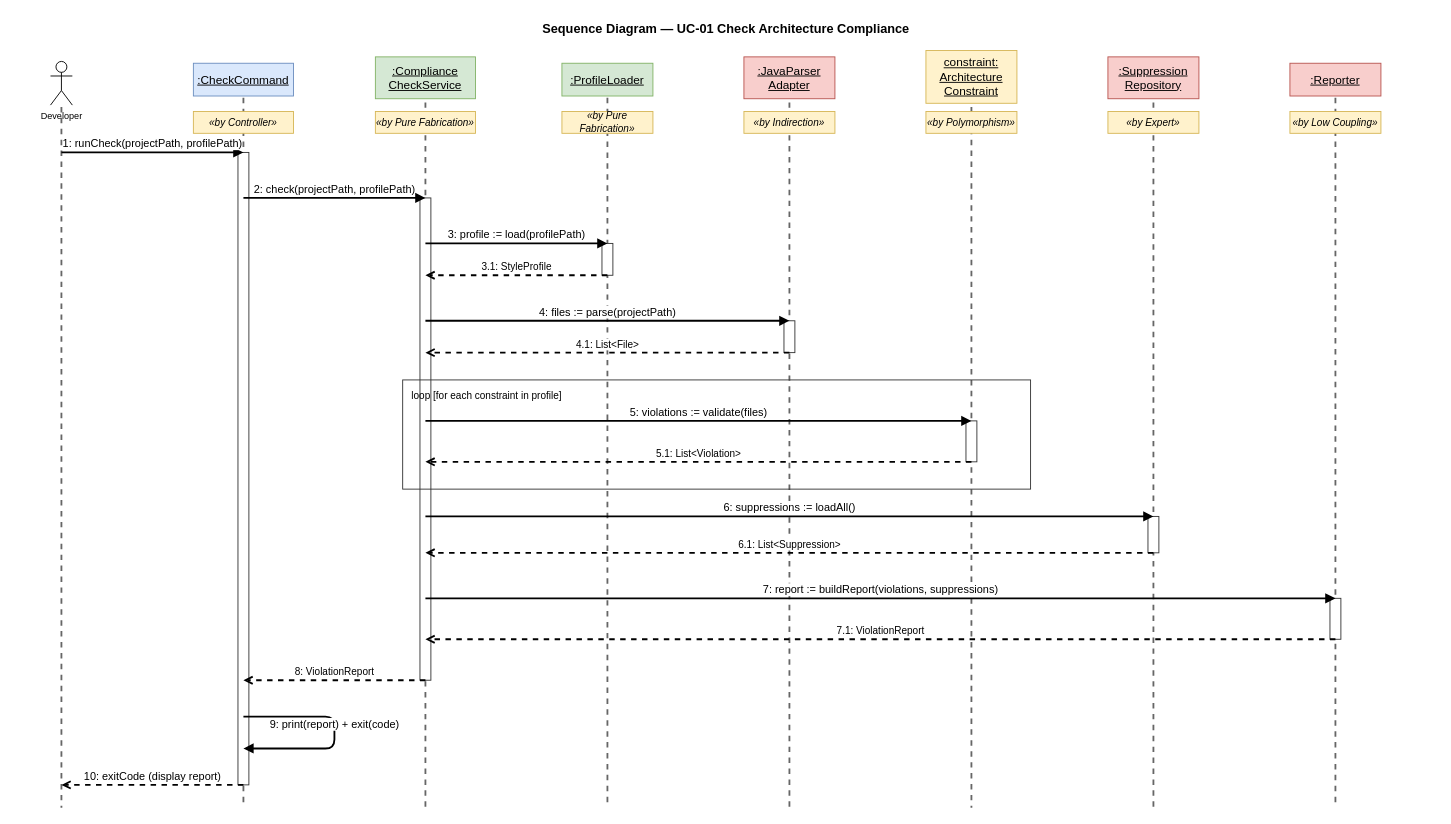
Above: hw/hw5/drawio/3.2.1-uc01-sd.drawio in chun-wei0413/arch-checker (draw.io), before the change. Source tidied: cells renumbered, new cells numbered last; positions are measured from the earlier drawing's top-left corner, leaving out a move shared by most shapes. Both pictures are drawn from the tidied source at 91%, with x=0, y=0 at pixel (15, 15).
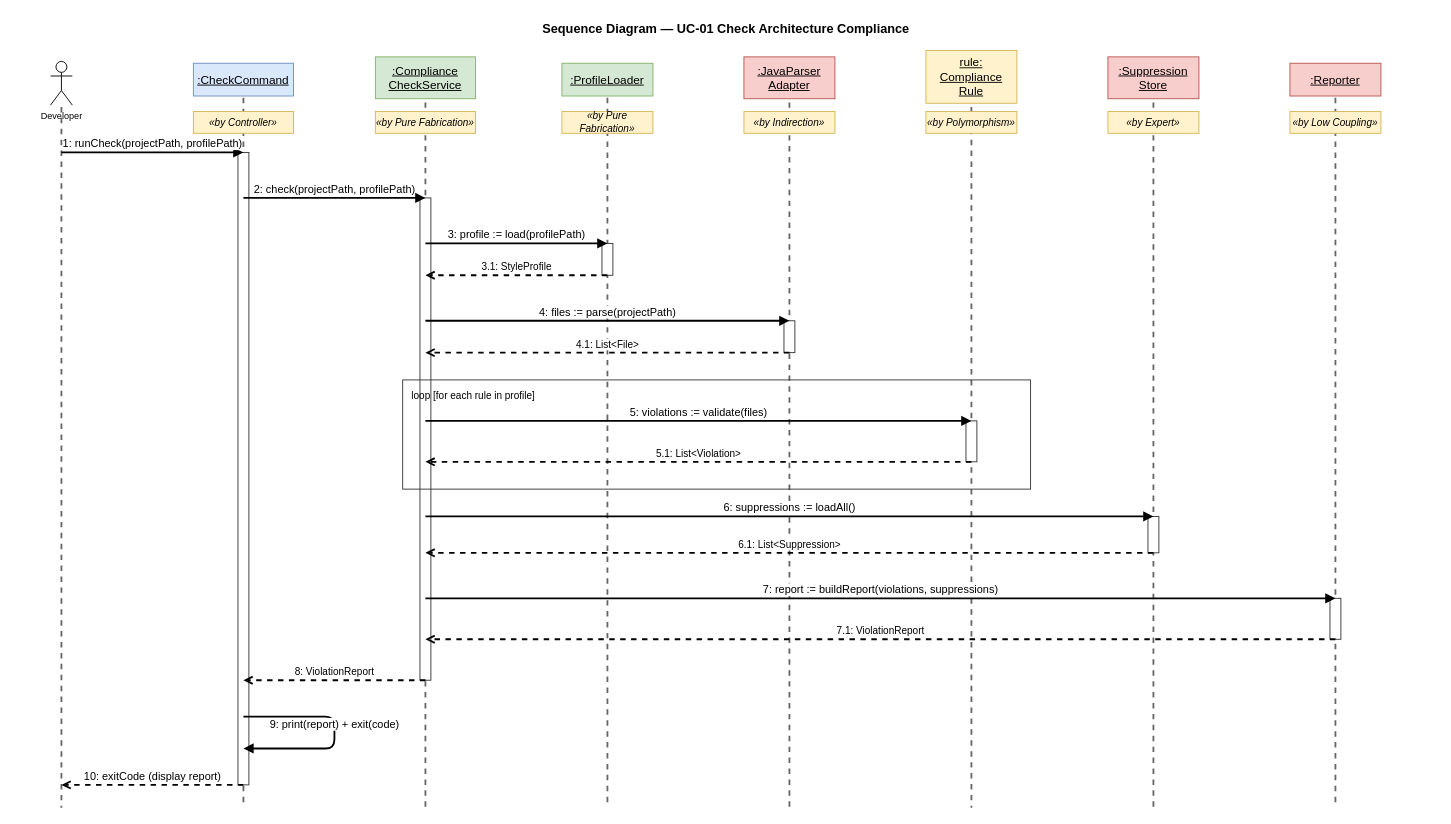
The same page after the edit.

Commit message (it also covers changes not shown here):
[Documentation] Sync HW5 deliverable with renamed Loader/Store/ComplianceRule

The edit, as a diff of the source:
```diff
@@
-    <mxCell id="8" value="constraint:&#10;Architecture&#10;Constraint" style="rounded=0;whiteSpace=wrap;html=1;fillColor=#fff2cc;strokeColor=#d6b656;fontSize=13;fontStyle=4;" parent="1" vertex="1">
+    <mxCell id="8" value="rule:&#10;Compliance&#10;Rule" style="rounded=0;whiteSpace=wrap;html=1;fillColor=#fff2cc;strokeColor=#d6b656;fontSize=13;fontStyle=4;" parent="1" vertex="1">
       <mxGeometry x="1000" y="38" width="100" height="58" as="geometry" />
     </mxCell>
-    <mxCell id="9" value=":Suppression&#10;Repository" style="rounded=0;whiteSpace=wrap;html=1;fillColor=#f8cecc;strokeColor=#b85450;fontSize=13;fontStyle=4;" parent="1" vertex="1">
+    <mxCell id="9" value=":Suppression&#10;Store" style="rounded=0;whiteSpace=wrap;html=1;fillColor=#f8cecc;strokeColor=#b85450;fontSize=13;fontStyle=4;" parent="1" vertex="1">
       <mxGeometry x="1200" y="45" width="100" height="46" as="geometry" />
     </mxCell>
@@
-    <mxCell id="39" value="loop  [for each constraint in profile]" style="rounded=0;whiteSpace=wrap;html=1;fillColor=none;strokeColor=#333333;fontSize=11;verticalAlign=top;align=left;spacingLeft=8;spacingTop=4;" parent="1" vertex="1">
+    <mxCell id="39" value="loop  [for each rule in profile]" style="rounded=0;whiteSpace=wrap;html=1;fillColor=none;strokeColor=#333333;fontSize=11;verticalAlign=top;align=left;spacingLeft=8;spacingTop=4;" parent="1" vertex="1">
       <mxGeometry x="425" y="400" width="690" height="120" as="geometry" />
     </mxCell>
```
